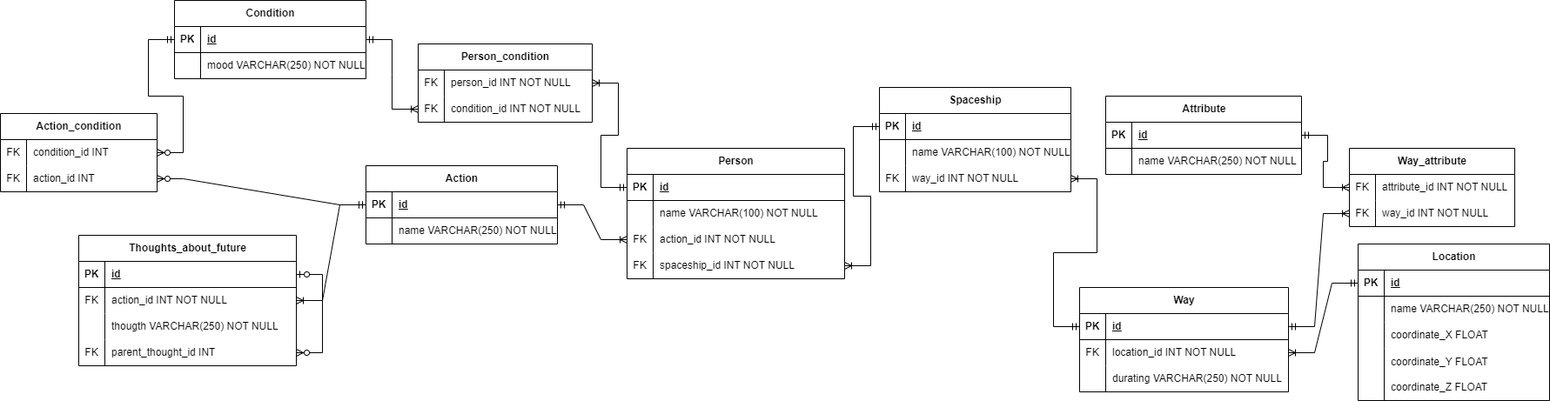
The draw.io diagram DataBases/lab1/DatalogicDiagram.drawio.png in EgorovaVarvara/ITMO, before a commit. Source tidied: cells renumbered, new cells last; positions are measured from the earlier drawing's top-left corner, leaving out a move shared by most shapes.
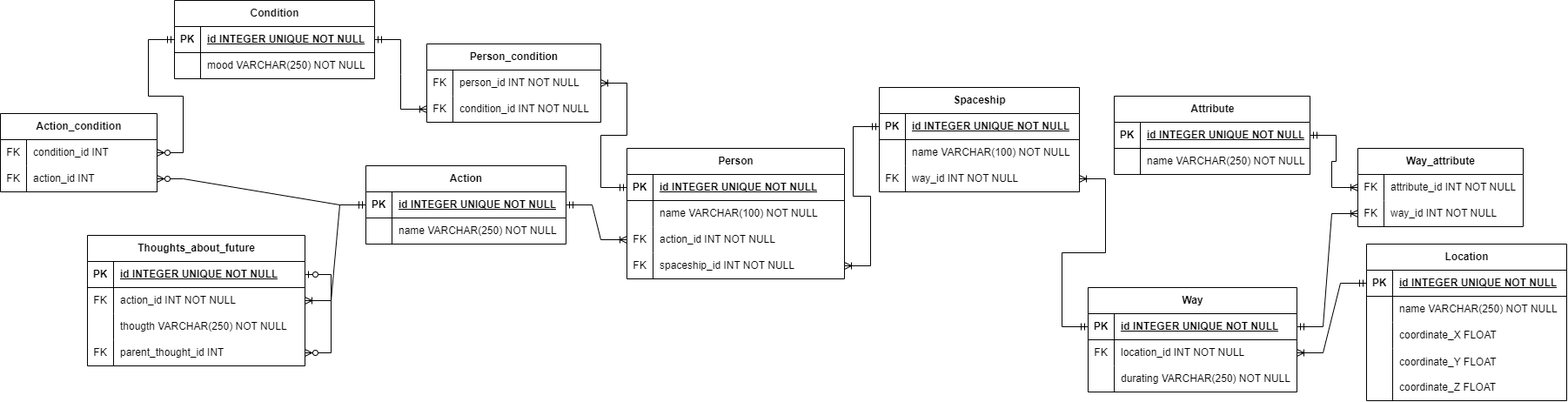
The same file after the commit.

Change to the diagram source:
```diff
@@ -3,7 +3,7 @@
     <mxCell id="0" />
     <mxCell id="1" parent="0" />
     <mxCell id="2" value="Person" style="shape=table;startSize=30;rowLines=0;fontStyle=1;align=center;html=1;" parent="1" vertex="1">
-      <mxGeometry x="720" y="170" width="250" height="150" as="geometry" />
+      <mxGeometry x="710" y="170" width="250" height="150" as="geometry" />
     </mxCell>
     <mxCell id="3" style="shape=tableRow;horizontal=0;startSize=0;swimlaneHead=0;swimlaneBody=0;fillColor=none;points=[[0,0.5],[1,0.5]];portConstraint=eastwest;top=0;left=0;right=0;bottom=1;" parent="2" vertex="1">
       <mxGeometry y="30" width="250" height="30" as="geometry" />
@@ -11,7 +11,7 @@
     <mxCell id="4" value="PK" style="shape=partialRectangle;fillColor=none;top=0;left=0;bottom=0;right=0;fontStyle=1;overflow=hidden;whiteSpace=wrap;html=1;" parent="3" vertex="1">
       <mxGeometry width="30" height="30" as="geometry" />
     </mxCell>
-    <mxCell id="5" value="id" style="shape=partialRectangle;fillColor=none;top=0;left=0;bottom=0;right=0;align=left;spacingLeft=6;fontStyle=5;overflow=hidden;whiteSpace=wrap;html=1;" parent="3" vertex="1">
+    <mxCell id="5" value="id INTEGER UNIQUE NOT NULL" style="shape=partialRectangle;fillColor=none;top=0;left=0;bottom=0;right=0;align=left;spacingLeft=6;fontStyle=5;overflow=hidden;whiteSpace=wrap;html=1;" parent="3" vertex="1">
       <mxGeometry x="30" width="220" height="30" as="geometry" />
     </mxCell>
     <mxCell id="6" style="shape=tableRow;horizontal=0;startSize=0;swimlaneHead=0;swimlaneBody=0;fillColor=none;top=0;left=0;right=0;bottom=0;" parent="2" vertex="1">
@@ -42,25 +42,25 @@
       <mxGeometry x="30" width="220" height="30" as="geometry" />
     </mxCell>
     <mxCell id="15" value="Action" style="shape=table;startSize=30;rowLines=0;fontStyle=1;align=center;html=1;" parent="1" vertex="1">
-      <mxGeometry x="420" y="190" width="220" height="90" as="geometry" />
+      <mxGeometry x="410" y="190" width="230" height="90" as="geometry" />
     </mxCell>
     <mxCell id="16" style="shape=tableRow;horizontal=0;startSize=0;swimlaneHead=0;swimlaneBody=0;fillColor=none;points=[[0,0.5],[1,0.5]];portConstraint=eastwest;top=0;left=0;right=0;bottom=1;" parent="15" vertex="1">
-      <mxGeometry y="30" width="220" height="30" as="geometry" />
+      <mxGeometry y="30" width="230" height="30" as="geometry" />
     </mxCell>
     <mxCell id="17" value="PK" style="shape=partialRectangle;fillColor=none;top=0;left=0;bottom=0;right=0;fontStyle=1;overflow=hidden;whiteSpace=wrap;html=1;" parent="16" vertex="1">
       <mxGeometry width="30" height="30" as="geometry" />
     </mxCell>
-    <mxCell id="18" value="id" style="shape=partialRectangle;fillColor=none;top=0;left=0;bottom=0;right=0;align=left;spacingLeft=6;fontStyle=5;overflow=hidden;whiteSpace=wrap;html=1;" parent="16" vertex="1">
-      <mxGeometry x="30" width="190" height="30" as="geometry" />
+    <mxCell id="18" value="id INTEGER UNIQUE NOT NULL" style="shape=partialRectangle;fillColor=none;top=0;left=0;bottom=0;right=0;align=left;spacingLeft=6;fontStyle=5;overflow=hidden;whiteSpace=wrap;html=1;" parent="16" vertex="1">
+      <mxGeometry x="30" width="200" height="30" as="geometry" />
     </mxCell>
     <mxCell id="19" style="shape=tableRow;horizontal=0;startSize=0;swimlaneHead=0;swimlaneBody=0;fillColor=none;top=0;left=0;right=0;bottom=0;" parent="15" vertex="1">
-      <mxGeometry y="60" width="220" height="30" as="geometry" />
+      <mxGeometry y="60" width="230" height="30" as="geometry" />
     </mxCell>
     <mxCell id="20" style="shape=partialRectangle;fillColor=none;top=0;left=0;bottom=0;right=0;overflow=hidden;whiteSpace=wrap;html=1;" parent="19" vertex="1">
       <mxGeometry width="30" height="30" as="geometry" />
     </mxCell>
     <mxCell id="21" value="name VARCHAR(250) NOT NULL" style="shape=partialRectangle;fillColor=none;top=0;left=0;bottom=0;right=0;align=left;spacingLeft=6;overflow=hidden;whiteSpace=wrap;html=1;" parent="19" vertex="1">
-      <mxGeometry x="30" width="190" height="30" as="geometry" />
+      <mxGeometry x="30" width="200" height="30" as="geometry" />
     </mxCell>
     <mxCell id="22" style="edgeStyle=entityRelationEdgeStyle;fontSize=12;html=1;endArrow=ERoneToMany;startArrow=ERmandOne;rounded=0;entryX=0;entryY=0.5;entryDx=0;entryDy=0;exitX=1;exitY=0.5;exitDx=0;exitDy=0;" parent="1" edge="1" source="16" target="9">
       <mxGeometry relative="1" as="geometry" />
@@ -90,25 +90,25 @@
       <mxGeometry relative="1" as="geometry" />
     </mxCell>
     <mxCell id="31" value="Condition" style="shape=table;startSize=30;rowLines=0;fontStyle=1;align=center;html=1;" parent="1" vertex="1">
-      <mxGeometry x="200" width="220" height="90" as="geometry" />
+      <mxGeometry x="190" width="230" height="90" as="geometry" />
     </mxCell>
     <mxCell id="32" style="shape=tableRow;horizontal=0;startSize=0;swimlaneHead=0;swimlaneBody=0;fillColor=none;points=[[0,0.5],[1,0.5]];portConstraint=eastwest;top=0;left=0;right=0;bottom=1;" parent="31" vertex="1">
-      <mxGeometry y="30" width="220" height="30" as="geometry" />
+      <mxGeometry y="30" width="230" height="30" as="geometry" />
     </mxCell>
     <mxCell id="33" value="PK" style="shape=partialRectangle;fillColor=none;top=0;left=0;bottom=0;right=0;fontStyle=1;overflow=hidden;whiteSpace=wrap;html=1;" parent="32" vertex="1">
       <mxGeometry width="30" height="30" as="geometry" />
     </mxCell>
-    <mxCell id="34" value="id" style="shape=partialRectangle;fillColor=none;top=0;left=0;bottom=0;right=0;align=left;spacingLeft=6;fontStyle=5;overflow=hidden;whiteSpace=wrap;html=1;" parent="32" vertex="1">
-      <mxGeometry x="30" width="190" height="30" as="geometry" />
+    <mxCell id="34" value="id INTEGER UNIQUE NOT NULL" style="shape=partialRectangle;fillColor=none;top=0;left=0;bottom=0;right=0;align=left;spacingLeft=6;fontStyle=5;overflow=hidden;whiteSpace=wrap;html=1;" parent="32" vertex="1">
+      <mxGeometry x="30" width="200" height="30" as="geometry" />
     </mxCell>
     <mxCell id="35" style="shape=tableRow;horizontal=0;startSize=0;swimlaneHead=0;swimlaneBody=0;fillColor=none;top=0;left=0;right=0;bottom=0;" parent="31" vertex="1">
-      <mxGeometry y="60" width="220" height="30" as="geometry" />
+      <mxGeometry y="60" width="230" height="30" as="geometry" />
     </mxCell>
     <mxCell id="36" style="shape=partialRectangle;fillColor=none;top=0;left=0;bottom=0;right=0;overflow=hidden;whiteSpace=wrap;html=1;" parent="35" vertex="1">
       <mxGeometry width="30" height="30" as="geometry" />
     </mxCell>
     <mxCell id="37" value="mood VARCHAR(250) NOT NULL" style="shape=partialRectangle;fillColor=none;top=0;left=0;bottom=0;right=0;align=left;spacingLeft=6;overflow=hidden;whiteSpace=wrap;html=1;" parent="35" vertex="1">
-      <mxGeometry x="30" width="190" height="30" as="geometry" />
+      <mxGeometry x="30" width="200" height="30" as="geometry" />
     </mxCell>
     <mxCell id="38" style="edgeStyle=entityRelationEdgeStyle;fontSize=12;html=1;endArrow=ERoneToMany;startArrow=ERmandOne;rounded=0;exitX=1;exitY=0.5;exitDx=0;exitDy=0;entryX=0;entryY=0.5;entryDx=0;entryDy=0;" parent="1" edge="1" source="32" target="27">
       <mxGeometry relative="1" as="geometry" />
@@ -122,7 +122,7 @@
     <mxCell id="41" value="PK" style="shape=partialRectangle;fillColor=none;top=0;left=0;bottom=0;right=0;fontStyle=1;overflow=hidden;whiteSpace=wrap;html=1;" parent="40" vertex="1">
       <mxGeometry width="30" height="30" as="geometry" />
     </mxCell>
-    <mxCell id="42" value="id" style="shape=partialRectangle;fillColor=none;top=0;left=0;bottom=0;right=0;align=left;spacingLeft=6;fontStyle=5;overflow=hidden;whiteSpace=wrap;html=1;" parent="40" vertex="1">
+    <mxCell id="42" value="id INTEGER UNIQUE NOT NULL" style="shape=partialRectangle;fillColor=none;top=0;left=0;bottom=0;right=0;align=left;spacingLeft=6;fontStyle=5;overflow=hidden;whiteSpace=wrap;html=1;" parent="40" vertex="1">
       <mxGeometry x="30" width="220" height="30" as="geometry" />
     </mxCell>
     <mxCell id="43" style="shape=tableRow;horizontal=0;startSize=0;swimlaneHead=0;swimlaneBody=0;fillColor=none;points=[[0,0.5],[1,0.5]];portConstraint=eastwest;top=0;left=0;right=0;bottom=0;" parent="39" vertex="1">
@@ -159,7 +159,7 @@
       <mxGeometry relative="1" as="geometry" />
     </mxCell>
     <mxCell id="54" value="Action_condition" style="shape=table;startSize=30;rowLines=0;fontStyle=1;align=center;html=1;" parent="1" vertex="1">
-      <mxGeometry y="130" width="180" height="90" as="geometry" />
+      <mxGeometry x="-10" y="130" width="180" height="90" as="geometry" />
     </mxCell>
     <mxCell id="55" style="shape=tableRow;horizontal=0;startSize=0;swimlaneHead=0;swimlaneBody=0;fillColor=none;points=[[0,0.5],[1,0.5]];portConstraint=eastwest;top=0;left=0;right=0;bottom=0;" parent="54" vertex="1">
       <mxGeometry y="30" width="180" height="30" as="geometry" />
@@ -186,34 +186,34 @@
       <mxGeometry relative="1" as="geometry" />
     </mxCell>
     <mxCell id="63" value="Spaceship" style="shape=table;startSize=30;rowLines=0;fontStyle=1;align=center;html=1;" parent="1" vertex="1">
-      <mxGeometry x="1010" y="100" width="220" height="120" as="geometry" />
+      <mxGeometry x="1000" y="100" width="230" height="120" as="geometry" />
     </mxCell>
     <mxCell id="64" style="shape=tableRow;horizontal=0;startSize=0;swimlaneHead=0;swimlaneBody=0;fillColor=none;points=[[0,0.5],[1,0.5]];portConstraint=eastwest;top=0;left=0;right=0;bottom=1;" parent="63" vertex="1">
-      <mxGeometry y="30" width="220" height="30" as="geometry" />
+      <mxGeometry y="30" width="230" height="30" as="geometry" />
     </mxCell>
     <mxCell id="65" value="PK" style="shape=partialRectangle;fillColor=none;top=0;left=0;bottom=0;right=0;fontStyle=1;overflow=hidden;whiteSpace=wrap;html=1;" parent="64" vertex="1">
       <mxGeometry width="30" height="30" as="geometry" />
     </mxCell>
-    <mxCell id="66" value="id" style="shape=partialRectangle;fillColor=none;top=0;left=0;bottom=0;right=0;align=left;spacingLeft=6;fontStyle=5;overflow=hidden;whiteSpace=wrap;html=1;" parent="64" vertex="1">
-      <mxGeometry x="30" width="190" height="30" as="geometry" />
+    <mxCell id="66" value="id INTEGER UNIQUE NOT NULL" style="shape=partialRectangle;fillColor=none;top=0;left=0;bottom=0;right=0;align=left;spacingLeft=6;fontStyle=5;overflow=hidden;whiteSpace=wrap;html=1;" parent="64" vertex="1">
+      <mxGeometry x="30" width="200" height="30" as="geometry" />
     </mxCell>
     <mxCell id="67" style="shape=tableRow;horizontal=0;startSize=0;swimlaneHead=0;swimlaneBody=0;fillColor=none;top=0;left=0;right=0;bottom=0;" parent="63" vertex="1">
-      <mxGeometry y="60" width="220" height="30" as="geometry" />
+      <mxGeometry y="60" width="230" height="30" as="geometry" />
     </mxCell>
     <mxCell id="68" style="shape=partialRectangle;fillColor=none;top=0;left=0;bottom=0;right=0;overflow=hidden;whiteSpace=wrap;html=1;" parent="67" vertex="1">
       <mxGeometry width="30" height="30" as="geometry" />
     </mxCell>
     <mxCell id="69" value="name VARCHAR(100) NOT NULL" style="shape=partialRectangle;fillColor=none;top=0;left=0;bottom=0;right=0;align=left;spacingLeft=6;overflow=hidden;whiteSpace=wrap;html=1;" parent="67" vertex="1">
-      <mxGeometry x="30" width="190" height="30" as="geometry" />
+      <mxGeometry x="30" width="200" height="30" as="geometry" />
     </mxCell>
     <mxCell id="70" style="shape=tableRow;horizontal=0;startSize=0;swimlaneHead=0;swimlaneBody=0;fillColor=none;points=[[0,0.5],[1,0.5]];portConstraint=eastwest;top=0;left=0;right=0;bottom=0;" parent="63" vertex="1">
-      <mxGeometry y="90" width="220" height="30" as="geometry" />
+      <mxGeometry y="90" width="230" height="30" as="geometry" />
     </mxCell>
     <mxCell id="71" value="FK" style="shape=partialRectangle;fillColor=none;top=0;left=0;bottom=0;right=0;overflow=hidden;whiteSpace=wrap;html=1;" parent="70" vertex="1">
       <mxGeometry width="30" height="30" as="geometry" />
     </mxCell>
     <mxCell id="72" value="way_id INT NOT NULL" style="shape=partialRectangle;fillColor=none;top=0;left=0;bottom=0;right=0;align=left;spacingLeft=6;overflow=hidden;whiteSpace=wrap;html=1;" parent="70" vertex="1">
-      <mxGeometry x="30" width="190" height="30" as="geometry" />
+      <mxGeometry x="30" width="200" height="30" as="geometry" />
     </mxCell>
     <mxCell id="73" style="edgeStyle=entityRelationEdgeStyle;fontSize=12;html=1;endArrow=ERoneToMany;startArrow=ERmandOne;rounded=0;entryX=1;entryY=0.5;entryDx=0;entryDy=0;exitX=0;exitY=0.5;exitDx=0;exitDy=0;" parent="1" edge="1" source="64" target="12">
       <mxGeometry relative="1" as="geometry" />
@@ -227,7 +227,7 @@
     <mxCell id="76" value="PK" style="shape=partialRectangle;fillColor=none;top=0;left=0;bottom=0;right=0;fontStyle=1;overflow=hidden;whiteSpace=wrap;html=1;" parent="75" vertex="1">
       <mxGeometry width="30" height="30" as="geometry" />
     </mxCell>
-    <mxCell id="77" value="id" style="shape=partialRectangle;fillColor=none;top=0;left=0;bottom=0;right=0;align=left;spacingLeft=6;fontStyle=5;overflow=hidden;whiteSpace=wrap;html=1;" parent="75" vertex="1">
+    <mxCell id="77" value="id INTEGER UNIQUE NOT NULL" style="shape=partialRectangle;fillColor=none;top=0;left=0;bottom=0;right=0;align=left;spacingLeft=6;fontStyle=5;overflow=hidden;whiteSpace=wrap;html=1;" parent="75" vertex="1">
       <mxGeometry x="30" width="210" height="30" as="geometry" />
     </mxCell>
     <mxCell id="78" style="shape=tableRow;horizontal=0;startSize=0;swimlaneHead=0;swimlaneBody=0;fillColor=none;points=[[0,0.5],[1,0.5]];portConstraint=eastwest;top=0;left=0;right=0;bottom=0;" parent="74" vertex="1">
@@ -252,43 +252,43 @@
       <mxGeometry relative="1" as="geometry" />
     </mxCell>
     <mxCell id="85" value="Location" style="shape=table;startSize=30;rowLines=0;fontStyle=1;align=center;html=1;" parent="1" vertex="1">
-      <mxGeometry x="1560" y="280" width="220" height="180" as="geometry" />
+      <mxGeometry x="1560" y="280" width="230" height="180" as="geometry" />
     </mxCell>
     <mxCell id="86" style="shape=tableRow;horizontal=0;startSize=0;swimlaneHead=0;swimlaneBody=0;fillColor=none;points=[[0,0.5],[1,0.5]];portConstraint=eastwest;top=0;left=0;right=0;bottom=1;" parent="85" vertex="1">
-      <mxGeometry y="30" width="220" height="30" as="geometry" />
+      <mxGeometry y="30" width="230" height="30" as="geometry" />
     </mxCell>
     <mxCell id="87" value="PK" style="shape=partialRectangle;fillColor=none;top=0;left=0;bottom=0;right=0;fontStyle=1;overflow=hidden;whiteSpace=wrap;html=1;" parent="86" vertex="1">
       <mxGeometry width="30" height="30" as="geometry" />
     </mxCell>
-    <mxCell id="88" value="id" style="shape=partialRectangle;fillColor=none;top=0;left=0;bottom=0;right=0;align=left;spacingLeft=6;fontStyle=5;overflow=hidden;whiteSpace=wrap;html=1;" parent="86" vertex="1">
-      <mxGeometry x="30" width="190" height="30" as="geometry" />
+    <mxCell id="88" value="id INTEGER UNIQUE NOT NULL" style="shape=partialRectangle;fillColor=none;top=0;left=0;bottom=0;right=0;align=left;spacingLeft=6;fontStyle=5;overflow=hidden;whiteSpace=wrap;html=1;" parent="86" vertex="1">
+      <mxGeometry x="30" width="200" height="30" as="geometry" />
     </mxCell>
     <mxCell id="89" style="shape=tableRow;horizontal=0;startSize=0;swimlaneHead=0;swimlaneBody=0;fillColor=none;top=0;left=0;right=0;bottom=0;" parent="85" vertex="1">
-      <mxGeometry y="60" width="220" height="30" as="geometry" />
+      <mxGeometry y="60" width="230" height="30" as="geometry" />
     </mxCell>
     <mxCell id="90" style="shape=partialRectangle;fillColor=none;top=0;left=0;bottom=0;right=0;overflow=hidden;whiteSpace=wrap;html=1;" parent="89" vertex="1">
       <mxGeometry width="30" height="30" as="geometry" />
     </mxCell>
     <mxCell id="91" value="name VARCHAR(250) NOT NULL" style="shape=partialRectangle;fillColor=none;top=0;left=0;bottom=0;right=0;align=left;spacingLeft=6;overflow=hidden;whiteSpace=wrap;html=1;" parent="89" vertex="1">
-      <mxGeometry x="30" width="190" height="30" as="geometry" />
+      <mxGeometry x="30" width="200" height="30" as="geometry" />
     </mxCell>
     <mxCell id="92" style="shape=tableRow;horizontal=0;startSize=0;swimlaneHead=0;swimlaneBody=0;fillColor=none;top=0;left=0;right=0;bottom=0;" parent="85" vertex="1">
-      <mxGeometry y="90" width="220" height="30" as="geometry" />
+      <mxGeometry y="90" width="230" height="30" as="geometry" />
     </mxCell>
     <mxCell id="93" style="shape=partialRectangle;fillColor=none;top=0;left=0;bottom=0;right=0;overflow=hidden;whiteSpace=wrap;html=1;" parent="92" vertex="1">
       <mxGeometry width="30" height="30" as="geometry" />
     </mxCell>
     <mxCell id="94" value="coordinate_X FLOAT" style="shape=partialRectangle;fillColor=none;top=0;left=0;bottom=0;right=0;align=left;spacingLeft=6;overflow=hidden;whiteSpace=wrap;html=1;" parent="92" vertex="1">
-      <mxGeometry x="30" width="190" height="30" as="geometry" />
+      <mxGeometry x="30" width="200" height="30" as="geometry" />
     </mxCell>
     <mxCell id="95" style="shape=tableRow;horizontal=0;startSize=0;swimlaneHead=0;swimlaneBody=0;fillColor=none;top=0;left=0;right=0;bottom=0;" parent="85" vertex="1">
-      <mxGeometry y="120" width="220" height="60" as="geometry" />
+      <mxGeometry y="120" width="230" height="60" as="geometry" />
     </mxCell>
     <mxCell id="96" style="shape=partialRectangle;fillColor=none;top=0;left=0;bottom=0;right=0;overflow=hidden;whiteSpace=wrap;html=1;" parent="95" vertex="1">
       <mxGeometry width="30" height="60" as="geometry" />
     </mxCell>
     <mxCell id="97" value="coordinate_Y FLOAT&lt;br&gt;&lt;br&gt;coordinate_Z FLOAT" style="shape=partialRectangle;fillColor=none;top=0;left=0;bottom=0;right=0;align=left;spacingLeft=6;overflow=hidden;whiteSpace=wrap;html=1;" parent="95" vertex="1">
-      <mxGeometry x="30" width="190" height="60" as="geometry" />
+      <mxGeometry x="30" width="200" height="60" as="geometry" />
     </mxCell>
     <mxCell id="98" value="Way_attribute" style="shape=table;startSize=30;rowLines=0;fontStyle=1;align=center;html=1;" parent="1" vertex="1">
       <mxGeometry x="1550" y="170" width="190" height="90" as="geometry" />
@@ -326,7 +326,7 @@
     <mxCell id="109" value="PK" style="shape=partialRectangle;fillColor=none;top=0;left=0;bottom=0;right=0;fontStyle=1;overflow=hidden;whiteSpace=wrap;html=1;" parent="108" vertex="1">
       <mxGeometry width="30" height="30" as="geometry" />
     </mxCell>
-    <mxCell id="110" value="id" style="shape=partialRectangle;fillColor=none;top=0;left=0;bottom=0;right=0;align=left;spacingLeft=6;fontStyle=5;overflow=hidden;whiteSpace=wrap;html=1;" parent="108" vertex="1">
+    <mxCell id="110" value="id INTEGER UNIQUE NOT NULL" style="shape=partialRectangle;fillColor=none;top=0;left=0;bottom=0;right=0;align=left;spacingLeft=6;fontStyle=5;overflow=hidden;whiteSpace=wrap;html=1;" parent="108" vertex="1">
       <mxGeometry x="30" width="195" height="30" as="geometry" />
     </mxCell>
     <mxCell id="111" style="shape=tableRow;horizontal=0;startSize=0;swimlaneHead=0;swimlaneBody=0;fillColor=none;top=0;left=0;right=0;bottom=0;" parent="107" vertex="1">
```
